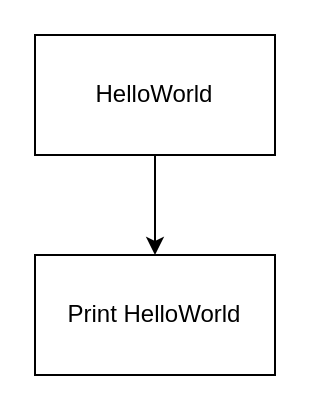
This is topdown.drawio from evan-beaudoin99/ICS4U-Intro-06-TypeScript, a draw.io file, before an edit. Source tidied: cells renumbered, new cells numbered last; positions are measured from the earlier drawing's top-left corner, leaving out a move shared by most shapes. Both pictures are drawn from the tidied source at 200%, with x=0, y=0 at pixel (34, 34).
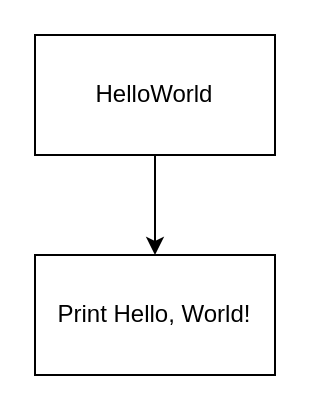
The same page after the edit.

What changed in the source:
```diff
@@
 <mxGraphModel>
   <root>
     <mxCell id="0" />
     <mxCell id="1" parent="0" />
     <mxCell id="2" style="edgeStyle=none;html=1;" parent="1" edge="1" source="3">
       <mxGeometry relative="1" as="geometry">
         <mxPoint x="60" y="110" as="targetPoint" />
       </mxGeometry>
     </mxCell>
     <mxCell id="3" value="HelloWorld" style="rounded=0;whiteSpace=wrap;html=1;" parent="1" vertex="1">
       <mxGeometry width="120" height="60" as="geometry" />
     </mxCell>
-    <mxCell id="4" value="Print HelloWorld" style="rounded=0;whiteSpace=wrap;html=1;" parent="1" vertex="1">
+    <mxCell id="4" value="Print Hello, World!" style="rounded=0;whiteSpace=wrap;html=1;" parent="1" vertex="1">
       <mxGeometry y="110" width="120" height="60" as="geometry" />
     </mxCell>
   </root>
 </mxGraphModel>
```
